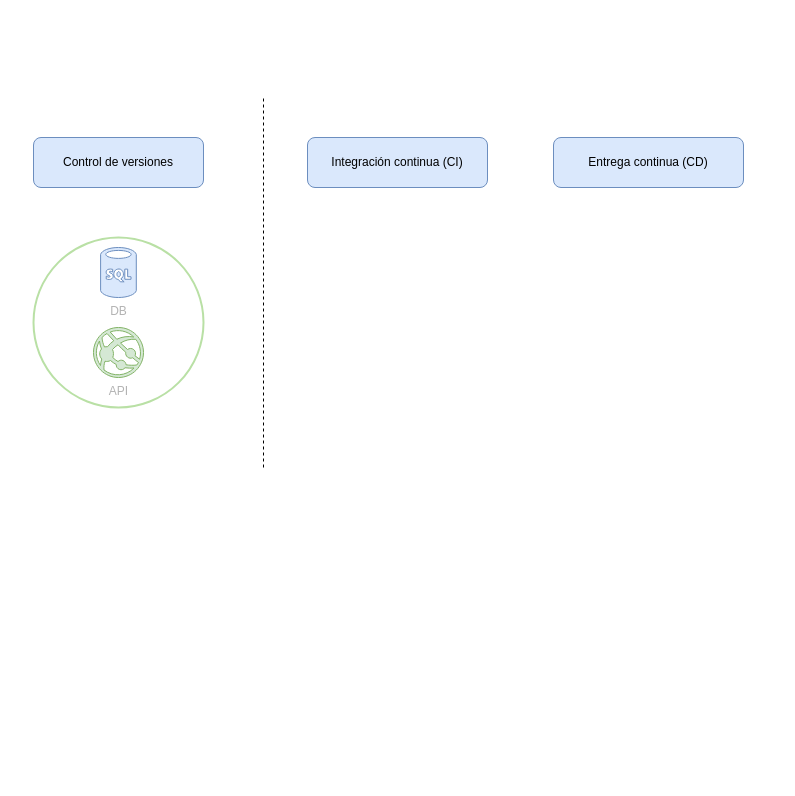
Earlier version of the draw.io diagram DevOpsForDBs.drawio (mpetrinidev/drawio-diagrams). Source tidied: cells renumbered, new cells numbered last; positions are measured from the earlier drawing's top-left corner, leaving out a move shared by most shapes. Both pictures are drawn from the tidied source at 100%, with x=0, y=0 at pixel (33, 97).
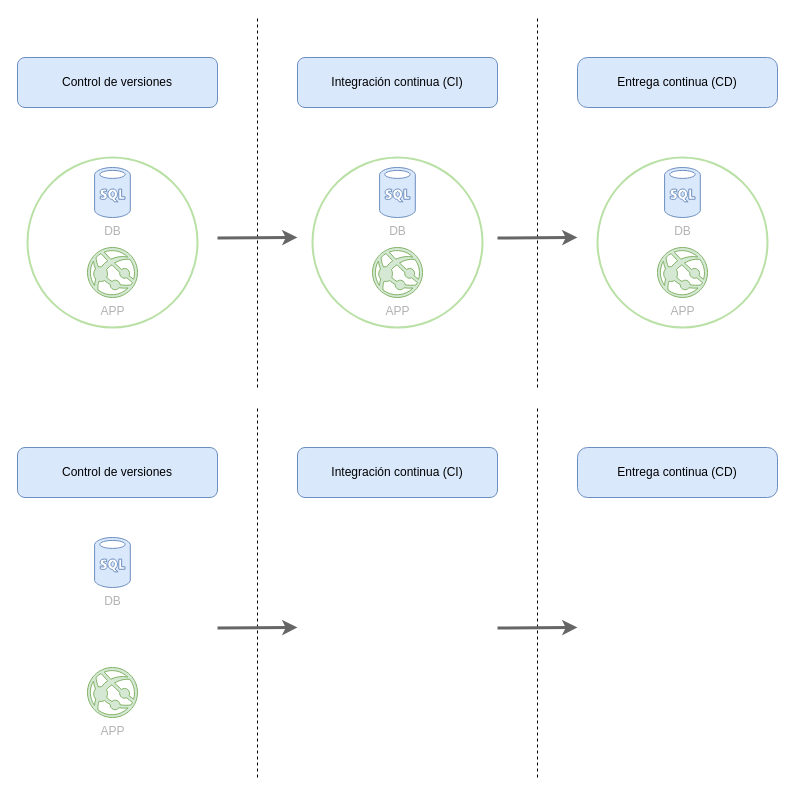
After the change.

Commit message:
finish scenario 4 and starting 3

The edit, as a diff of the source:
```diff
@@
     <mxCell id="2" value="Control de versiones" style="rounded=1;whiteSpace=wrap;html=1;fillColor=#dae8fc;strokeColor=#6c8ebf;" parent="1" vertex="1">
-      <mxGeometry y="40" width="170" height="50" as="geometry" />
+      <mxGeometry x="-16" y="-40" width="200" height="50" as="geometry" />
     </mxCell>
     <mxCell id="3" value="Integración continua (CI)" style="rounded=1;whiteSpace=wrap;html=1;fillColor=#dae8fc;strokeColor=#6c8ebf;" parent="1" vertex="1">
-      <mxGeometry x="274" y="40" width="180" height="50" as="geometry" />
+      <mxGeometry x="264" y="-40" width="200" height="50" as="geometry" />
     </mxCell>
-    <mxCell id="4" value="Entrega continua (CD)" style="rounded=1;whiteSpace=wrap;html=1;fillColor=#dae8fc;strokeColor=#6c8ebf;" parent="1" vertex="1">
-      <mxGeometry x="520" y="40" width="190" height="50" as="geometry" />
+    <mxCell id="4" value="Entrega continua (CD)" style="rounded=1;whiteSpace=wrap;html=1;fillColor=#dae8fc;strokeColor=#6c8ebf;arcSize=20;" parent="1" vertex="1">
+      <mxGeometry x="544" y="-40" width="200" height="50" as="geometry" />
     </mxCell>
     <mxCell id="5" style="group;fontColor=#B3B3B3;" parent="1" vertex="1">
-      <mxGeometry y="140" width="170" height="170" as="geometry" />
+      <mxGeometry x="-6" y="60" width="170" height="170" as="geometry" />
     </mxCell>
@@
-    <mxCell id="8" value="API" style="verticalLabelPosition=bottom;html=1;verticalAlign=top;align=center;strokeColor=#82b366;fillColor=#d5e8d4;shape=mxgraph.azure.azure_website;fontColor=#B3B3B3;" parent="5" vertex="1">
+    <mxCell id="8" value="APP" style="verticalLabelPosition=bottom;html=1;verticalAlign=top;align=center;strokeColor=#82b366;fillColor=#d5e8d4;shape=mxgraph.azure.azure_website;fontColor=#B3B3B3;" parent="5" vertex="1">
       <mxGeometry x="60" y="90" width="50" height="50" as="geometry" />
     </mxCell>
     <mxCell id="9" style="endArrow=none;dashed=1;html=1;" parent="1" edge="1">
       <mxGeometry relative="1" as="geometry">
-        <mxPoint x="230" y="370" as="sourcePoint" />
-        <mxPoint x="230" as="targetPoint" />
+        <mxPoint x="224" y="290" as="sourcePoint" />
+        <mxPoint x="224" y="-80" as="targetPoint" />
       </mxGeometry>
     </mxCell>
+    <mxCell id="10" style="endArrow=none;dashed=1;html=1;" parent="1" edge="1">
+      <mxGeometry relative="1" as="geometry">
+        <mxPoint x="504" y="290" as="sourcePoint" />
+        <mxPoint x="504" y="-80" as="targetPoint" />
+      </mxGeometry>
+    </mxCell>
+    <mxCell id="11" style="group;fontColor=#B3B3B3;" parent="1" vertex="1">
+      <mxGeometry x="279" y="60" width="170" height="170" as="geometry" />
+    </mxCell>
+    <mxCell id="12" style="ellipse;whiteSpace=wrap;html=1;fillColor=none;strokeColor=#B9E0A5;strokeWidth=2;" parent="11" vertex="1">
+      <mxGeometry width="170" height="170" as="geometry" />
+    </mxCell>
+    <mxCell id="13" value="DB" style="verticalLabelPosition=bottom;html=1;verticalAlign=top;align=center;strokeColor=#6c8ebf;fillColor=#dae8fc;shape=mxgraph.azure.sql_database;fontColor=#B3B3B3;" parent="11" vertex="1">
+      <mxGeometry x="67.1" y="10" width="35.7" height="50" as="geometry" />
+    </mxCell>
+    <mxCell id="14" value="APP" style="verticalLabelPosition=bottom;html=1;verticalAlign=top;align=center;strokeColor=#82b366;fillColor=#d5e8d4;shape=mxgraph.azure.azure_website;fontColor=#B3B3B3;" parent="11" vertex="1">
+      <mxGeometry x="60" y="90" width="50" height="50" as="geometry" />
+    </mxCell>
+    <mxCell id="15" style="group;fontColor=#B3B3B3;" parent="1" vertex="1">
+      <mxGeometry x="564" y="60" width="170" height="170" as="geometry" />
+    </mxCell>
+    <mxCell id="16" style="ellipse;whiteSpace=wrap;html=1;fillColor=none;strokeColor=#B9E0A5;strokeWidth=2;" parent="15" vertex="1">
+      <mxGeometry width="170" height="170" as="geometry" />
+    </mxCell>
+    <mxCell id="17" value="DB" style="verticalLabelPosition=bottom;html=1;verticalAlign=top;align=center;strokeColor=#6c8ebf;fillColor=#dae8fc;shape=mxgraph.azure.sql_database;fontColor=#B3B3B3;" parent="15" vertex="1">
+      <mxGeometry x="67.1" y="10" width="35.7" height="50" as="geometry" />
+    </mxCell>
+    <mxCell id="18" value="APP" style="verticalLabelPosition=bottom;html=1;verticalAlign=top;align=center;strokeColor=#82b366;fillColor=#d5e8d4;shape=mxgraph.azure.azure_website;fontColor=#B3B3B3;" parent="15" vertex="1">
+      <mxGeometry x="60" y="90" width="50" height="50" as="geometry" />
+    </mxCell>
+    <mxCell id="19" style="endArrow=classic;html=1;fontColor=#B3B3B3;fillColor=#f5f5f5;strokeColor=#666666;strokeWidth=3;" parent="1" edge="1">
+      <mxGeometry relative="1" as="geometry">
+        <mxPoint x="184" y="140.5" as="sourcePoint" />
+        <mxPoint x="264" y="140" as="targetPoint" />
+      </mxGeometry>
+    </mxCell>
+    <mxCell id="20" style="endArrow=classic;html=1;fontColor=#B3B3B3;fillColor=#f5f5f5;strokeColor=#666666;strokeWidth=3;" parent="1" edge="1">
+      <mxGeometry relative="1" as="geometry">
+        <mxPoint x="464" y="140.5" as="sourcePoint" />
+        <mxPoint x="544" y="140" as="targetPoint" />
+      </mxGeometry>
+    </mxCell>
+    <mxCell id="21" value="Control de versiones" style="rounded=1;whiteSpace=wrap;html=1;fillColor=#dae8fc;strokeColor=#6c8ebf;" parent="1" vertex="1">
+      <mxGeometry x="-16" y="350" width="200" height="50" as="geometry" />
+    </mxCell>
+    <mxCell id="22" value="Integración continua (CI)" style="rounded=1;whiteSpace=wrap;html=1;fillColor=#dae8fc;strokeColor=#6c8ebf;" parent="1" vertex="1">
+      <mxGeometry x="264" y="350" width="200" height="50" as="geometry" />
+    </mxCell>
+    <mxCell id="23" value="Entrega continua (CD)" style="rounded=1;whiteSpace=wrap;html=1;fillColor=#dae8fc;strokeColor=#6c8ebf;arcSize=20;" parent="1" vertex="1">
+      <mxGeometry x="544" y="350" width="200" height="50" as="geometry" />
+    </mxCell>
+    <mxCell id="24" style="endArrow=none;dashed=1;html=1;" parent="1" edge="1">
+      <mxGeometry relative="1" as="geometry">
+        <mxPoint x="224" y="680" as="sourcePoint" />
+        <mxPoint x="224" y="310" as="targetPoint" />
+      </mxGeometry>
+    </mxCell>
+    <mxCell id="25" style="endArrow=none;dashed=1;html=1;" parent="1" edge="1">
+      <mxGeometry relative="1" as="geometry">
+        <mxPoint x="504" y="680" as="sourcePoint" />
+        <mxPoint x="504" y="310" as="targetPoint" />
+      </mxGeometry>
+    </mxCell>
+    <mxCell id="26" style="endArrow=classic;html=1;fontColor=#B3B3B3;fillColor=#f5f5f5;strokeColor=#666666;strokeWidth=3;" parent="1" edge="1">
+      <mxGeometry relative="1" as="geometry">
+        <mxPoint x="184" y="530.5" as="sourcePoint" />
+        <mxPoint x="264" y="530" as="targetPoint" />
+      </mxGeometry>
+    </mxCell>
+    <mxCell id="27" style="endArrow=classic;html=1;fontColor=#B3B3B3;fillColor=#f5f5f5;strokeColor=#666666;strokeWidth=3;" parent="1" edge="1">
+      <mxGeometry relative="1" as="geometry">
+        <mxPoint x="464" y="530.5" as="sourcePoint" />
+        <mxPoint x="544" y="530" as="targetPoint" />
+      </mxGeometry>
+    </mxCell>
+    <mxCell id="28" value="DB" style="verticalLabelPosition=bottom;html=1;verticalAlign=top;align=center;strokeColor=#6c8ebf;fillColor=#dae8fc;shape=mxgraph.azure.sql_database;fontColor=#B3B3B3;" parent="1" vertex="1">
+      <mxGeometry x="61.1" y="440" width="35.7" height="50" as="geometry" />
+    </mxCell>
+    <mxCell id="29" value="APP" style="verticalLabelPosition=bottom;html=1;verticalAlign=top;align=center;strokeColor=#82b366;fillColor=#d5e8d4;shape=mxgraph.azure.azure_website;fontColor=#B3B3B3;" parent="1" vertex="1">
+      <mxGeometry x="54" y="570" width="50" height="50" as="geometry" />
+    </mxCell>
```
